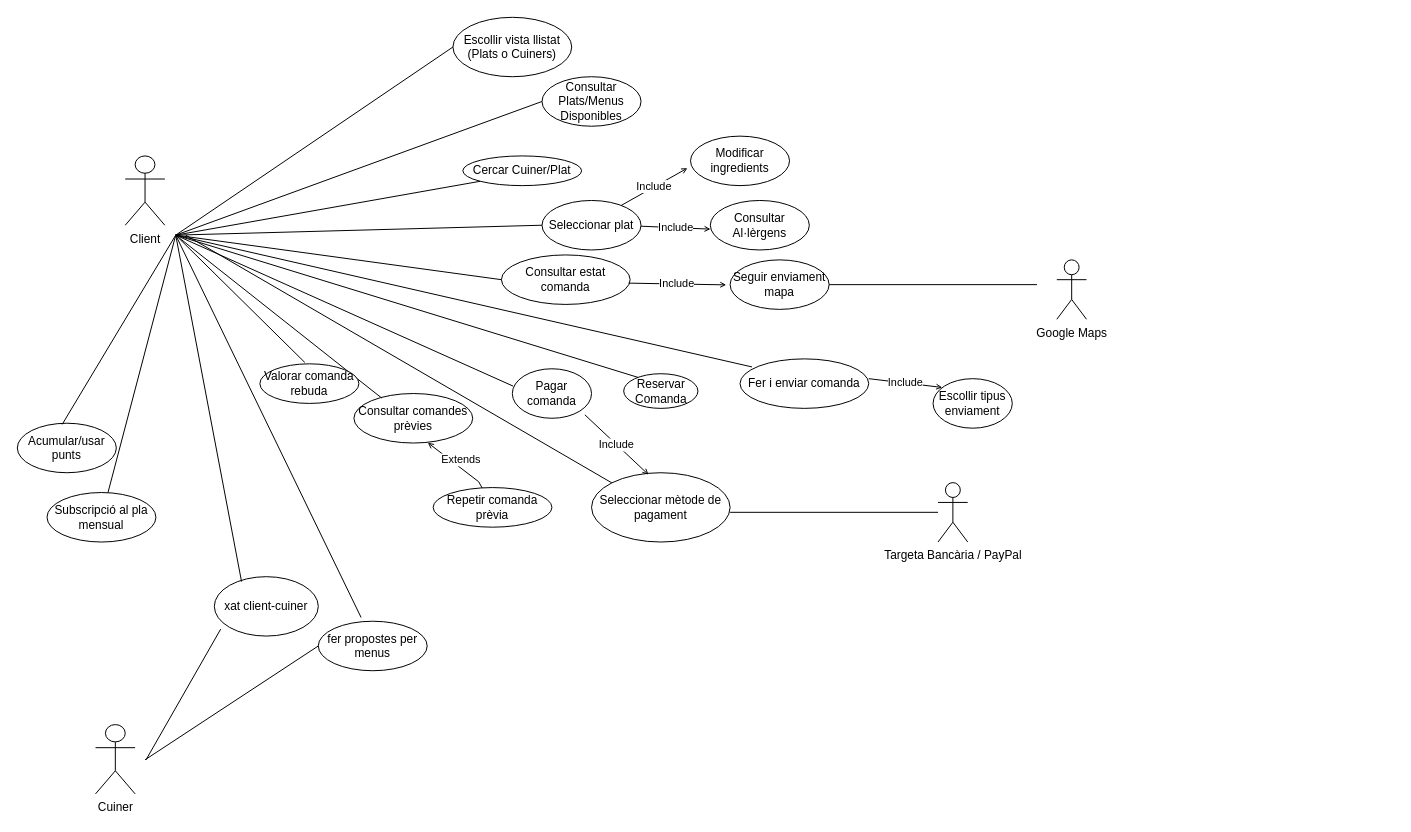
The draw.io diagram Diagrames/Diagrames cas de ús/Diagrames per perfil/UML-CasoUso-Cliente.drawio.xml in MarcelPainos/ES26UAB-431-12, before the edit. Source tidied: cells renumbered, new cells numbered last; positions are measured from the earlier drawing's top-left corner, leaving out a move shared by most shapes. Both pictures are drawn from the tidied source at 99%, with x=0, y=0 at pixel (17, 17).
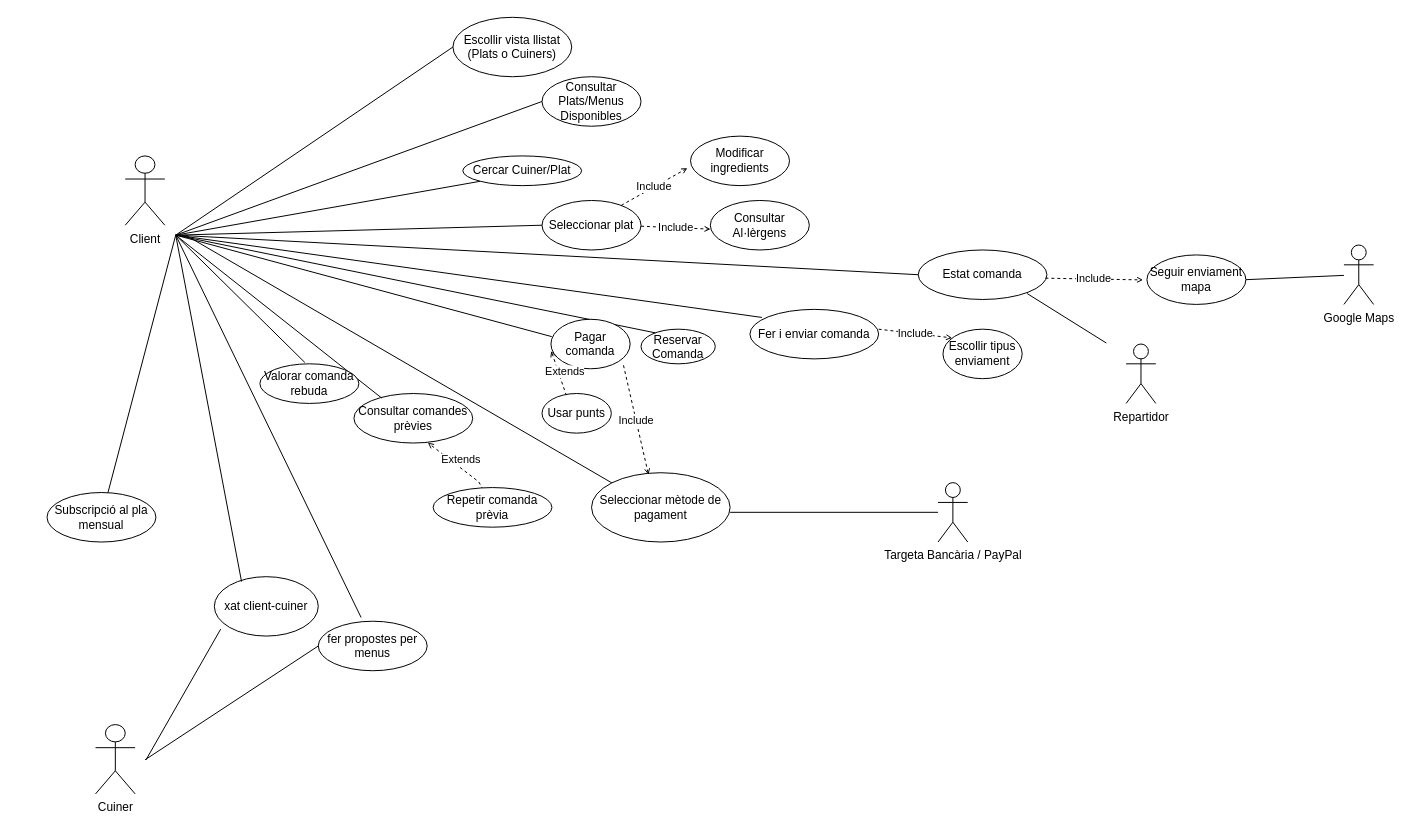
After the change.

Unchanged cells that the change refers to:
```xml
<mxCell id="11" value="Modificar ingredients" style="ellipse;whiteSpace=wrap;html=1;direction=east;" parent="1" vertex="1">
  <mxGeometry x="680" y="120" width="100" height="50" as="geometry" />
</mxCell>
<mxCell id="12" value="Consultar Al·lèrgens" style="ellipse;whiteSpace=wrap;html=1;direction=east;" parent="1" vertex="1">
  <mxGeometry x="700" y="185" width="100" height="50" as="geometry" />
</mxCell>
<mxCell id="26" value="Seleccionar mètode de pagament" style="ellipse;whiteSpace=wrap;html=1;" parent="1" vertex="1">
  <mxGeometry x="580" y="460" width="140" height="70" as="geometry" />
</mxCell>
<mxCell id="30" value="Consultar comandes prèvies" style="ellipse;whiteSpace=wrap;html=1;direction=east;" parent="1" vertex="1">
  <mxGeometry x="340" y="380" width="120" height="50" as="geometry" />
</mxCell>
<mxCell id="34" value="Repetir comanda prèvia" style="ellipse;whiteSpace=wrap;html=1;" parent="1" vertex="1">
  <mxGeometry x="420" y="475" width="120" height="40" as="geometry" />
</mxCell>
```

What changed in the source:
```diff
@@
-    <mxCell id="7" value="Google Maps" style="shape=umlActor;verticalLabelPosition=bottom;verticalAlign=top;html=1;direction=east;" parent="1" vertex="1">
-      <mxGeometry x="1050" y="245" width="30" height="60" as="geometry" />
-    </mxCell>
@@
     <mxCell id="17" value="Fer i enviar comanda" style="ellipse;whiteSpace=wrap;html=1;direction=east;" parent="1" vertex="1">
-      <mxGeometry x="730" y="345" width="130" height="50" as="geometry" />
+      <mxGeometry x="740" y="295" width="130" height="50" as="geometry" />
     </mxCell>
@@
     <mxCell id="19" value="Reservar Comanda" style="ellipse;whiteSpace=wrap;html=1;direction=east;" parent="1" vertex="1">
-      <mxGeometry x="612.5" y="360" width="75" height="35" as="geometry" />
+      <mxGeometry x="630" y="315" width="75" height="35" as="geometry" />
     </mxCell>
@@
     <mxCell id="21" value="Seguir enviament mapa" style="ellipse;whiteSpace=wrap;html=1;direction=east;" parent="1" vertex="1">
-      <mxGeometry x="720" y="245" width="100" height="50" as="geometry" />
+      <mxGeometry x="1141" y="240" width="100" height="50" as="geometry" />
     </mxCell>
-    <mxCell id="22" style="endArrow=none;html=1;rounded=0;" parent="1" edge="1">
-      <mxGeometry relative="1" as="geometry">
-        <mxPoint x="820" y="270" as="sourcePoint" />
-        <mxPoint x="1030" y="270" as="targetPoint" />
-      </mxGeometry>
-    </mxCell>
     <mxCell id="23" value="Escollir tipus enviament" style="ellipse;whiteSpace=wrap;html=1;direction=east;" parent="1" vertex="1">
-      <mxGeometry x="925" y="365" width="80" height="50" as="geometry" />
+      <mxGeometry x="935" y="315" width="80" height="50" as="geometry" />
     </mxCell>
-    <mxCell id="24" value="Include" style="endArrow=open;endSize=4;endFill=0;html=1;rounded=0;exitX=0.116;exitY=0.177;exitDx=0;exitDy=0;entryX=0.116;entryY=0.177;entryDx=0;entryDy=0;entryPerimeter=0;exitPerimeter=0;strokeColor=default;align=center;verticalAlign=middle;fontFamily=Helvetica;fontSize=11;fontColor=default;labelBackgroundColor=default;" parent="1" edge="1" target="23">
+    <mxCell id="24" value="Include" style="endArrow=open;endSize=4;endFill=0;html=1;rounded=0;exitX=0.116;exitY=0.177;exitDx=0;exitDy=0;entryX=0.116;entryY=0.177;entryDx=0;entryDy=0;entryPerimeter=0;exitPerimeter=0;strokeColor=default;align=center;verticalAlign=middle;fontFamily=Helvetica;fontSize=11;fontColor=default;labelBackgroundColor=default;dashed=1;" parent="1" edge="1" target="23">
       <mxGeometry relative="1" as="geometry">
-        <mxPoint x="860" y="365" as="sourcePoint" />
+        <mxPoint x="870" y="315" as="sourcePoint" />
       </mxGeometry>
     </mxCell>
     <mxCell id="25" value="Pagar comanda" style="ellipse;whiteSpace=wrap;html=1;direction=east;" parent="1" vertex="1">
-      <mxGeometry x="500" y="355" width="80" height="50" as="geometry" />
+      <mxGeometry x="539" y="305" width="80" height="50" as="geometry" />
     </mxCell>
@@
-    <mxCell id="28" value="Include" style="endArrow=open;endSize=4;endFill=0;html=1;rounded=0;exitX=0.916;exitY=0.93;exitDx=0;exitDy=0;exitPerimeter=0;entryX=0.411;entryY=0.028;entryDx=0;entryDy=0;entryPerimeter=0;strokeColor=default;align=center;verticalAlign=middle;fontFamily=Helvetica;fontSize=11;fontColor=default;labelBackgroundColor=default;" parent="1" edge="1" source="25" target="26">
+    <mxCell id="28" value="Include" style="endArrow=open;endSize=4;endFill=0;html=1;rounded=0;exitX=0.916;exitY=0.93;exitDx=0;exitDy=0;exitPerimeter=0;entryX=0.411;entryY=0.028;entryDx=0;entryDy=0;entryPerimeter=0;strokeColor=default;align=center;verticalAlign=middle;fontFamily=Helvetica;fontSize=11;fontColor=default;labelBackgroundColor=default;dashed=1;" parent="1" edge="1" source="25" target="26">
       <mxGeometry relative="1" as="geometry" />
     </mxCell>
@@
-    <mxCell id="33" value="Extends" style="endArrow=open;endSize=4;endFill=0;html=1;rounded=0;exitX=0.421;exitY=0.054;exitDx=0;exitDy=0;exitPerimeter=0;entryX=0.622;entryY=0.994;entryDx=0;entryDy=0;entryPerimeter=0;strokeColor=default;align=center;verticalAlign=middle;fontFamily=Helvetica;fontSize=11;fontColor=default;labelBackgroundColor=default;" parent="1" edge="1" source="34" target="30">
+    <mxCell id="33" value="Extends" style="endArrow=open;endSize=4;endFill=0;html=1;rounded=0;exitX=0.421;exitY=0.054;exitDx=0;exitDy=0;exitPerimeter=0;entryX=0.622;entryY=0.994;entryDx=0;entryDy=0;entryPerimeter=0;strokeColor=default;align=center;verticalAlign=middle;fontFamily=Helvetica;fontSize=11;fontColor=default;labelBackgroundColor=default;dashed=1;" parent="1" edge="1" source="34" target="30">
       <mxGeometry x="0.01" y="-6" relative="1" as="geometry">
         <Array as="points">
           <mxPoint x="466" y="469.1" />
         </Array>
       </mxGeometry>
     </mxCell>
@@
-    <mxCell id="38" value="Acumular/usar punts" style="ellipse;whiteSpace=wrap;html=1;direction=east;" parent="1" vertex="1">
-      <mxGeometry y="410" width="100" height="50" as="geometry" />
-    </mxCell>
@@
-    <mxCell id="40" style="endArrow=none;html=1;rounded=0;exitX=0.453;exitY=0.024;exitDx=0;exitDy=0;exitPerimeter=0;entryX=0.453;entryY=0.024;entryDx=0;entryDy=0;entryPerimeter=0;" parent="1" edge="1" source="38">
-      <mxGeometry relative="1" as="geometry">
-        <mxPoint x="160" y="220" as="targetPoint" />
-      </mxGeometry>
-    </mxCell>
@@
-    <mxCell id="43" value="Include" style="endArrow=open;endSize=4;endFill=0;html=1;rounded=0;exitX=0.116;exitY=0.177;exitDx=0;exitDy=0;entryX=0.002;entryY=0.579;entryDx=0;entryDy=0;entryPerimeter=0;exitPerimeter=0;strokeColor=default;align=center;verticalAlign=middle;fontFamily=Helvetica;fontSize=11;fontColor=default;labelBackgroundColor=default;" parent="1" edge="1" target="12">
+    <mxCell id="43" value="Include" style="endArrow=open;endSize=4;endFill=0;html=1;rounded=0;exitX=0.116;exitY=0.177;exitDx=0;exitDy=0;entryX=0.002;entryY=0.579;entryDx=0;entryDy=0;entryPerimeter=0;exitPerimeter=0;strokeColor=default;align=center;verticalAlign=middle;fontFamily=Helvetica;fontSize=11;fontColor=default;labelBackgroundColor=default;dashed=1;" parent="1" edge="1" target="12">
       <mxGeometry relative="1" as="geometry">
         <mxPoint x="630" y="211" as="sourcePoint" />
       </mxGeometry>
     </mxCell>
-    <mxCell id="44" value="Include" style="endArrow=open;endSize=4;endFill=0;html=1;rounded=0;exitX=0.116;exitY=0.177;exitDx=0;exitDy=0;entryX=-0.031;entryY=0.647;entryDx=0;entryDy=0;entryPerimeter=0;exitPerimeter=0;strokeColor=default;align=center;verticalAlign=middle;fontFamily=Helvetica;fontSize=11;fontColor=default;labelBackgroundColor=default;" parent="1" edge="1" target="11">
+    <mxCell id="44" value="Include" style="endArrow=open;endSize=4;endFill=0;html=1;rounded=0;exitX=0.116;exitY=0.177;exitDx=0;exitDy=0;entryX=-0.031;entryY=0.647;entryDx=0;entryDy=0;entryPerimeter=0;exitPerimeter=0;strokeColor=default;align=center;verticalAlign=middle;fontFamily=Helvetica;fontSize=11;fontColor=default;labelBackgroundColor=default;dashed=1;" parent="1" edge="1" target="11">
       <mxGeometry relative="1" as="geometry">
         <mxPoint x="610" y="190" as="sourcePoint" />
       </mxGeometry>
     </mxCell>
-    <mxCell id="45" value="Consultar estat comanda" style="ellipse;whiteSpace=wrap;html=1;direction=east;" parent="1" vertex="1">
-      <mxGeometry x="489" y="240" width="130" height="50" as="geometry" />
+    <mxCell id="45" value="Estat comanda" style="ellipse;whiteSpace=wrap;html=1;direction=east;" parent="1" vertex="1">
+      <mxGeometry x="910" y="235" width="130" height="50" as="geometry" />
     </mxCell>
@@
-    <mxCell id="47" value="Include" style="endArrow=open;endSize=4;endFill=0;html=1;rounded=0;exitX=0.116;exitY=0.177;exitDx=0;exitDy=0;entryX=-0.039;entryY=0.505;entryDx=0;entryDy=0;entryPerimeter=0;exitPerimeter=0;strokeColor=default;align=center;verticalAlign=middle;fontFamily=Helvetica;fontSize=11;fontColor=default;labelBackgroundColor=default;" parent="1" edge="1" target="21">
+    <mxCell id="47" value="Include" style="endArrow=open;endSize=4;endFill=0;html=1;rounded=0;exitX=0.116;exitY=0.177;exitDx=0;exitDy=0;entryX=-0.039;entryY=0.505;entryDx=0;entryDy=0;entryPerimeter=0;exitPerimeter=0;strokeColor=default;align=center;verticalAlign=middle;fontFamily=Helvetica;fontSize=11;fontColor=default;labelBackgroundColor=default;dashed=1;" parent="1" edge="1" target="21">
       <mxGeometry relative="1" as="geometry">
-        <mxPoint x="617.5" y="268.5" as="sourcePoint" />
+        <mxPoint x="1038.5" y="263.5" as="sourcePoint" />
       </mxGeometry>
     </mxCell>
@@
+    <mxCell id="51" value="Extends" style="endArrow=open;endSize=4;endFill=0;html=1;rounded=0;entryX=0.004;entryY=0.64;entryDx=0;entryDy=0;entryPerimeter=0;strokeColor=default;align=center;verticalAlign=middle;fontFamily=Helvetica;fontSize=11;fontColor=default;labelBackgroundColor=default;dashed=1;exitX=0.352;exitY=0.055;exitDx=0;exitDy=0;exitPerimeter=0;" parent="1" edge="1" source="52" target="25">
+      <mxGeometry x="0.01" y="-6" relative="1" as="geometry" />
+    </mxCell>
+    <mxCell id="52" value="Usar punts" style="ellipse;whiteSpace=wrap;html=1;" parent="1" vertex="1">
+      <mxGeometry x="530" y="380" width="70" height="40" as="geometry" />
+    </mxCell>
+    <mxCell id="53" style="endArrow=none;html=1;rounded=0;" parent="1" edge="1" target="7">
+      <mxGeometry relative="1" as="geometry">
+        <mxPoint x="1241" y="265" as="sourcePoint" />
+      </mxGeometry>
+    </mxCell>
+    <mxCell id="7" value="Google Maps" style="shape=umlActor;verticalLabelPosition=bottom;verticalAlign=top;html=1;direction=east;" parent="1" vertex="1">
+      <mxGeometry x="1340" y="230" width="30" height="60" as="geometry" />
+    </mxCell>
+    <mxCell id="54" value="Repartidor" style="shape=umlActor;verticalLabelPosition=bottom;verticalAlign=top;html=1;" parent="1" vertex="1">
+      <mxGeometry x="1120" y="330" width="30" height="60" as="geometry" />
+    </mxCell>
+    <mxCell id="55" style="endArrow=none;html=1;rounded=0;" parent="1" edge="1">
+      <mxGeometry relative="1" as="geometry">
+        <mxPoint x="1100" y="329" as="sourcePoint" />
+        <mxPoint x="1020" y="279" as="targetPoint" />
+      </mxGeometry>
+    </mxCell>
```
